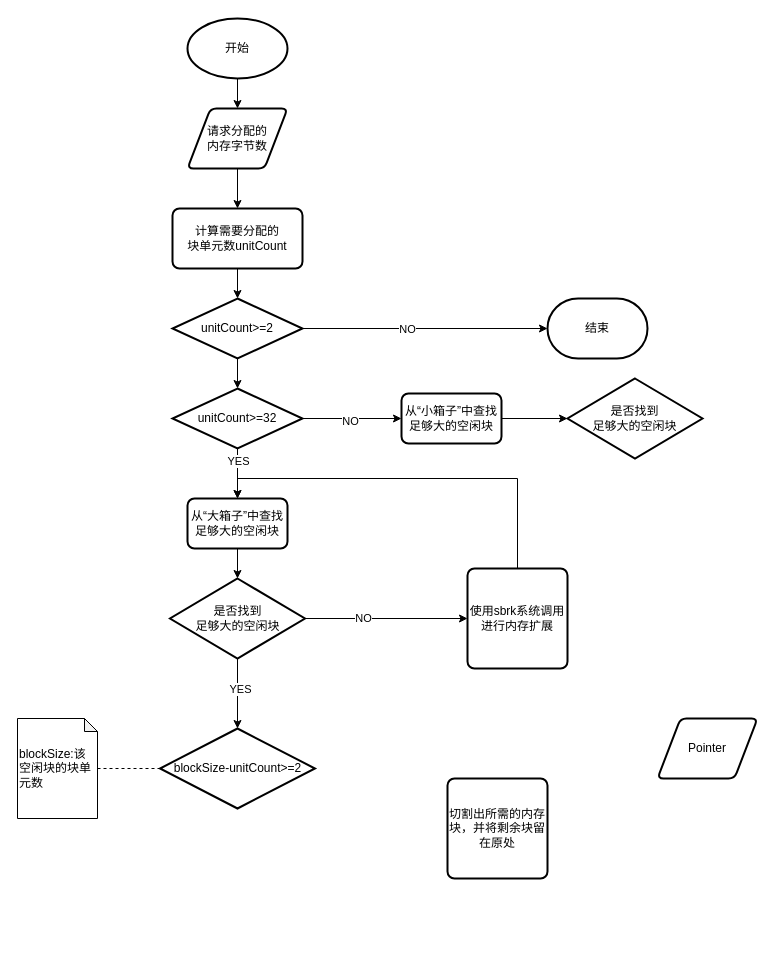
This is page "第 1 页" (1 of 2) of myumalloc_FD.drawio from yayaer123/drawio_demo, a draw.io file, before an edit. Source tidied: cells renumbered, new cells numbered last; positions are measured from the earlier drawing's top-left corner, leaving out a move shared by most shapes. Both pictures are drawn from the tidied source at 100%, with x=0, y=0 at pixel (17, 18).
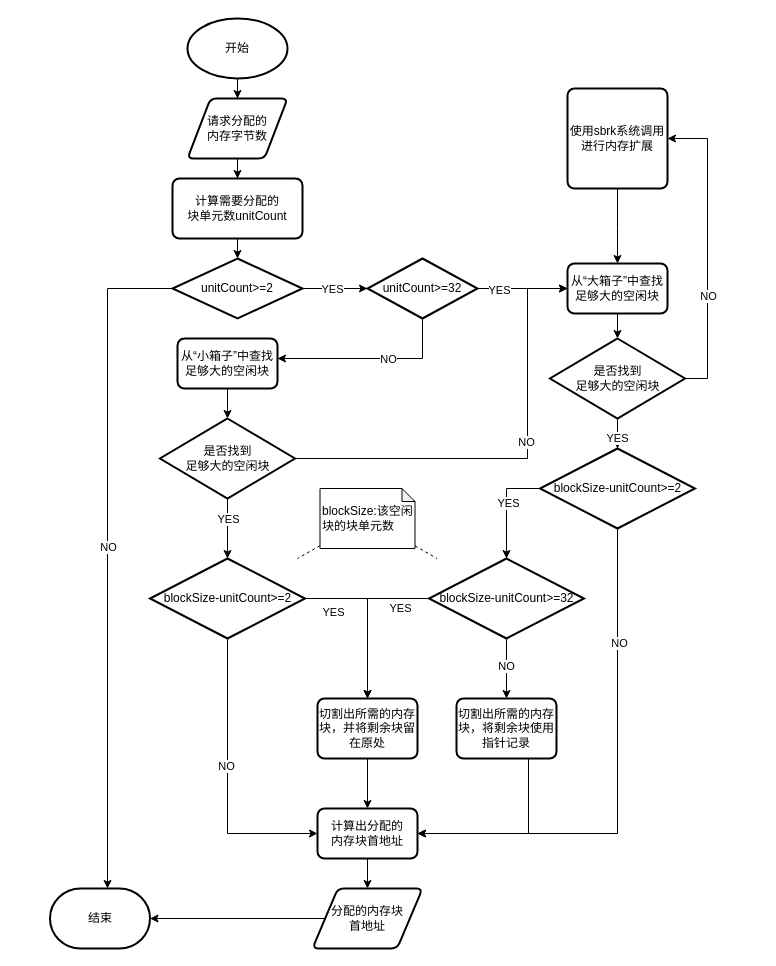
After the change.

Unchanged cells that the change refers to:
```xml
<mxCell id="14" style="edgeStyle=orthogonalEdgeStyle;rounded=0;jettySize=auto;html=1;" parent="1" edge="1" source="18" target="20">
  <mxGeometry relative="1" as="geometry" />
</mxCell>
<mxCell id="23" style="edgeStyle=orthogonalEdgeStyle;rounded=0;jettySize=auto;html=1;" parent="1" edge="1" source="25" target="28">
  <mxGeometry relative="1" as="geometry" />
</mxCell>
```

The edit, as a diff of the source:
```diff
@@
+    <mxCell id="4" style="edgeStyle=orthogonalEdgeStyle;rounded=0;jettySize=auto;html=1;" parent="1" edge="1" source="5" target="18">
+      <mxGeometry relative="1" as="geometry" />
+    </mxCell>
+    <mxCell id="35" value="YES" style="edgeLabel;html=1;align=center;verticalAlign=middle;" parent="4" vertex="1">
+      <mxGeometry x="-0.12" relative="1" as="geometry" />
+    </mxCell>
     <mxCell id="2" style="edgeStyle=orthogonalEdgeStyle;rounded=0;jettySize=auto;html=1;" parent="1" edge="1" source="5" target="12">
-      <mxGeometry relative="1" as="geometry" />
+      <mxGeometry relative="1" as="geometry">
+        <Array as="points">
+          <mxPoint x="90" y="270" />
+        </Array>
+      </mxGeometry>
     </mxCell>
-    <mxCell id="3" value="NO" style="edgeLabel;html=1;align=center;verticalAlign=middle;" parent="2" vertex="1">
-      <mxGeometry x="-0.53" relative="1" as="geometry">
-        <mxPoint x="46" as="offset" />
-      </mxGeometry>
-    </mxCell>
-    <mxCell id="4" style="edgeStyle=orthogonalEdgeStyle;rounded=0;jettySize=auto;html=1;" parent="1" edge="1" source="5" target="18">
-      <mxGeometry relative="1" as="geometry" />
-    </mxCell>
+    <mxCell id="36" value="NO" style="edgeLabel;html=1;align=center;verticalAlign=middle;" parent="2" vertex="1">
+      <mxGeometry x="-0.03" relative="1" as="geometry" />
+    </mxCell>
     <mxCell id="5" value="unitCount&amp;gt;=2" style="strokeWidth=2;html=1;shape=mxgraph.flowchart.decision;whiteSpace=wrap;" parent="1" vertex="1">
-      <mxGeometry x="155" y="280" width="130" height="60" as="geometry" />
+      <mxGeometry x="155" y="240" width="130" height="60" as="geometry" />
     </mxCell>
@@
     <mxCell id="9" value="计算需要分配的&lt;div&gt;块单元数unitCount&lt;/div&gt;" style="rounded=1;whiteSpace=wrap;html=1;absoluteArcSize=1;arcSize=14;strokeWidth=2;" parent="1" vertex="1">
-      <mxGeometry x="155" y="190" width="130" height="60" as="geometry" />
+      <mxGeometry x="155" y="160" width="130" height="60" as="geometry" />
     </mxCell>
@@
     <mxCell id="11" value="请求分配的&lt;div&gt;内存字节数&lt;/div&gt;" style="shape=parallelogram;html=1;strokeWidth=2;perimeter=parallelogramPerimeter;whiteSpace=wrap;rounded=1;arcSize=12;size=0.23;" parent="1" vertex="1">
-      <mxGeometry x="170" y="90" width="100" height="60" as="geometry" />
+      <mxGeometry x="170" y="80" width="100" height="60" as="geometry" />
     </mxCell>
-    <mxCell id="12" value="结束" style="strokeWidth=2;html=1;shape=mxgraph.flowchart.terminator;whiteSpace=wrap;" parent="1" vertex="1">
-      <mxGeometry x="530" y="280" width="100" height="60" as="geometry" />
-    </mxCell>
+    <mxCell id="37" style="edgeStyle=orthogonalEdgeStyle;rounded=0;jettySize=auto;html=1;" parent="1" edge="1" source="13" target="12">
+      <mxGeometry relative="1" as="geometry" />
+    </mxCell>
-    <mxCell id="13" value="Pointer" style="shape=parallelogram;html=1;strokeWidth=2;perimeter=parallelogramPerimeter;whiteSpace=wrap;rounded=1;arcSize=12;size=0.23;" parent="1" vertex="1">
-      <mxGeometry x="640" y="700" width="100" height="60" as="geometry" />
+    <mxCell id="13" value="分配的内存块&lt;div&gt;首地址&lt;/div&gt;" style="shape=parallelogram;html=1;strokeWidth=2;perimeter=parallelogramPerimeter;whiteSpace=wrap;rounded=1;arcSize=12;size=0.23;" parent="1" vertex="1">
+      <mxGeometry x="295" y="870" width="110" height="60" as="geometry" />
     </mxCell>
@@
-    <mxCell id="15" value="YES" style="edgeLabel;html=1;align=center;verticalAlign=middle;" parent="14" vertex="1">
-      <mxGeometry x="-0.53" relative="1" as="geometry" />
-    </mxCell>
+    <mxCell id="38" value="YES" style="edgeLabel;html=1;align=center;verticalAlign=middle;" parent="14" vertex="1">
+      <mxGeometry x="-0.56" y="-1" relative="1" as="geometry">
+        <mxPoint x="1" as="offset" />
+      </mxGeometry>
+    </mxCell>
     <mxCell id="16" style="edgeStyle=orthogonalEdgeStyle;rounded=0;jettySize=auto;html=1;" parent="1" edge="1" source="18" target="33">
-      <mxGeometry relative="1" as="geometry" />
+      <mxGeometry relative="1" as="geometry">
+        <Array as="points">
+          <mxPoint x="405" y="340" />
+        </Array>
+      </mxGeometry>
     </mxCell>
-    <mxCell id="17" value="NO" style="edgeLabel;html=1;align=center;verticalAlign=middle;" parent="16" vertex="1">
-      <mxGeometry x="-0.06" y="-2" relative="1" as="geometry" />
-    </mxCell>
+    <mxCell id="39" value="NO" style="edgeLabel;html=1;align=center;verticalAlign=middle;" parent="16" vertex="1">
+      <mxGeometry x="-0.2" y="4" relative="1" as="geometry">
+        <mxPoint x="-1" y="-4" as="offset" />
+      </mxGeometry>
+    </mxCell>
     <mxCell id="18" value="unitCount&amp;gt;=32" style="strokeWidth=2;html=1;shape=mxgraph.flowchart.decision;whiteSpace=wrap;" parent="1" vertex="1">
-      <mxGeometry x="155" y="370" width="130" height="60" as="geometry" />
+      <mxGeometry x="350" y="240" width="110" height="60" as="geometry" />
     </mxCell>
@@
     <mxCell id="20" value="从“大箱子”中查找足够大的空闲块" style="rounded=1;whiteSpace=wrap;html=1;absoluteArcSize=1;arcSize=14;strokeWidth=2;" parent="1" vertex="1">
-      <mxGeometry x="170" y="480" width="100" height="50" as="geometry" />
+      <mxGeometry x="550" y="245" width="100" height="50" as="geometry" />
     </mxCell>
     <mxCell id="21" style="edgeStyle=orthogonalEdgeStyle;rounded=0;jettySize=auto;html=1;" parent="1" edge="1" source="25" target="27">
-      <mxGeometry relative="1" as="geometry" />
+      <mxGeometry relative="1" as="geometry">
+        <Array as="points">
+          <mxPoint x="690" y="360" />
+          <mxPoint x="690" y="120" />
+        </Array>
+      </mxGeometry>
     </mxCell>
     <mxCell id="22" value="NO" style="edgeLabel;html=1;align=center;verticalAlign=middle;" parent="21" vertex="1">
       <mxGeometry x="-0.3" y="1" relative="1" as="geometry">
-        <mxPoint x="1" as="offset" />
+        <mxPoint x="1" y="1" as="offset" />
       </mxGeometry>
     </mxCell>
@@
-    <mxCell id="24" value="YES" style="edgeLabel;html=1;align=center;verticalAlign=middle;" parent="23" vertex="1">
-      <mxGeometry x="-0.14" y="2" relative="1" as="geometry" />
-    </mxCell>
+    <mxCell id="40" value="YES" style="edgeLabel;html=1;align=center;verticalAlign=middle;" parent="23" vertex="1">
+      <mxGeometry x="-0.15" y="1" relative="1" as="geometry" />
+    </mxCell>
     <mxCell id="25" value="是否找到&lt;div&gt;足够大的空闲块&lt;/div&gt;" style="strokeWidth=2;html=1;shape=mxgraph.flowchart.decision;whiteSpace=wrap;" parent="1" vertex="1">
-      <mxGeometry x="152.5" y="560" width="135" height="80" as="geometry" />
+      <mxGeometry x="532.5" y="320" width="135" height="80" as="geometry" />
     </mxCell>
     <mxCell id="26" style="edgeStyle=orthogonalEdgeStyle;rounded=0;jettySize=auto;html=1;" parent="1" edge="1" source="27" target="20">
       <mxGeometry relative="1" as="geometry">
         <Array as="points">
-          <mxPoint x="500" y="460" />
-          <mxPoint x="220" y="460" />
+          <mxPoint x="600" y="210" />
         </Array>
       </mxGeometry>
     </mxCell>
     <mxCell id="27" value="使用sbrk系统调用进行内存扩展" style="rounded=1;whiteSpace=wrap;html=1;absoluteArcSize=1;arcSize=14;strokeWidth=2;" parent="1" vertex="1">
-      <mxGeometry x="450" y="550" width="100" height="100" as="geometry" />
+      <mxGeometry x="550" y="70" width="100" height="100" as="geometry" />
     </mxCell>
+    <mxCell id="41" style="edgeStyle=orthogonalEdgeStyle;rounded=0;jettySize=auto;html=1;" parent="1" edge="1" source="28" target="63">
+      <mxGeometry relative="1" as="geometry">
+        <Array as="points">
+          <mxPoint x="489" y="470" />
+        </Array>
+      </mxGeometry>
+    </mxCell>
+    <mxCell id="42" value="YES" style="edgeLabel;html=1;align=center;verticalAlign=middle;" parent="41" vertex="1">
+      <mxGeometry x="-0.08" y="1" relative="1" as="geometry" />
+    </mxCell>
+    <mxCell id="43" style="edgeStyle=orthogonalEdgeStyle;rounded=0;jettySize=auto;html=1;" parent="1" edge="1" source="28" target="58">
+      <mxGeometry relative="1" as="geometry">
+        <Array as="points">
+          <mxPoint x="600" y="815" />
+        </Array>
+      </mxGeometry>
+    </mxCell>
+    <mxCell id="44" value="NO" style="edgeLabel;html=1;align=center;verticalAlign=middle;" parent="43" vertex="1">
+      <mxGeometry x="-0.55" y="1" relative="1" as="geometry" />
+    </mxCell>
     <mxCell id="28" value="blockSize-unitCount&amp;gt;=2" style="strokeWidth=2;html=1;shape=mxgraph.flowchart.decision;whiteSpace=wrap;" parent="1" vertex="1">
-      <mxGeometry x="142.5" y="710" width="155" height="80" as="geometry" />
+      <mxGeometry x="522.5" y="430" width="155" height="80" as="geometry" />
     </mxCell>
-    <mxCell id="29" style="edgeStyle=orthogonalEdgeStyle;rounded=0;jettySize=auto;html=1;endArrow=none;endFill=0;dashed=1;" parent="1" edge="1" source="30" target="28">
-      <mxGeometry relative="1" as="geometry" />
-    </mxCell>
+    <mxCell id="45" style="rounded=0;jettySize=auto;html=1;dashed=1;endArrow=none;endFill=0;" parent="1" edge="1" source="30" target="63">
+      <mxGeometry relative="1" as="geometry" />
+    </mxCell>
+    <mxCell id="46" style="rounded=0;jettySize=auto;html=1;dashed=1;endArrow=none;endFill=0;" parent="1" edge="1" source="30" target="56">
+      <mxGeometry relative="1" as="geometry" />
+    </mxCell>
     <mxCell id="30" value="blockSize:该空闲块的块单元数" style="shape=note;whiteSpace=wrap;html=1;backgroundOutline=1;darkOpacity=0.05;size=13;align=left;" parent="1" vertex="1">
-      <mxGeometry y="700" width="80" height="100" as="geometry" />
+      <mxGeometry x="302.5" y="470" width="95" height="60" as="geometry" />
     </mxCell>
+    <mxCell id="47" style="edgeStyle=orthogonalEdgeStyle;rounded=0;jettySize=auto;html=1;" parent="1" edge="1" source="31" target="58">
+      <mxGeometry relative="1" as="geometry" />
+    </mxCell>
     <mxCell id="31" value="切割出所需的内存块，并将剩余块留在原处" style="rounded=1;whiteSpace=wrap;html=1;absoluteArcSize=1;arcSize=14;strokeWidth=2;" parent="1" vertex="1">
-      <mxGeometry x="430" y="760" width="100" height="100" as="geometry" />
+      <mxGeometry x="300" y="680" width="100" height="60" as="geometry" />
     </mxCell>
+    <mxCell id="48" style="edgeStyle=orthogonalEdgeStyle;rounded=0;jettySize=auto;html=1;" parent="1" edge="1" source="34" target="56">
+      <mxGeometry relative="1" as="geometry" />
+    </mxCell>
+    <mxCell id="49" value="YES" style="edgeLabel;html=1;align=center;verticalAlign=middle;" parent="48" vertex="1">
+      <mxGeometry x="-0.3" y="4" relative="1" as="geometry">
+        <mxPoint x="-4" y="-1" as="offset" />
+      </mxGeometry>
+    </mxCell>
+    <mxCell id="50" style="edgeStyle=orthogonalEdgeStyle;rounded=0;jettySize=auto;html=1;" parent="1" edge="1" source="34" target="20">
+      <mxGeometry relative="1" as="geometry">
+        <Array as="points">
+          <mxPoint x="510" y="440" />
+          <mxPoint x="510" y="270" />
+        </Array>
+      </mxGeometry>
+    </mxCell>
+    <mxCell id="51" value="NO" style="edgeLabel;html=1;align=center;verticalAlign=middle;" parent="50" vertex="1">
+      <mxGeometry x="0.12" y="2" relative="1" as="geometry">
+        <mxPoint y="-1" as="offset" />
+      </mxGeometry>
+    </mxCell>
+    <mxCell id="34" value="是否找到&lt;div&gt;足够大的空闲块&lt;/div&gt;" style="strokeWidth=2;html=1;shape=mxgraph.flowchart.decision;whiteSpace=wrap;" parent="1" vertex="1">
+      <mxGeometry x="142.5" y="400" width="135" height="80" as="geometry" />
+    </mxCell>
+    <mxCell id="52" style="edgeStyle=orthogonalEdgeStyle;rounded=0;jettySize=auto;html=1;" parent="1" edge="1" source="56" target="31">
+      <mxGeometry relative="1" as="geometry">
+        <Array as="points">
+          <mxPoint x="350" y="580" />
+        </Array>
+      </mxGeometry>
+    </mxCell>
+    <mxCell id="53" value="YES" style="edgeLabel;html=1;align=center;verticalAlign=middle;" parent="52" vertex="1">
+      <mxGeometry x="-0.04" y="2" relative="1" as="geometry">
+        <mxPoint x="-37" y="-2" as="offset" />
+      </mxGeometry>
+    </mxCell>
+    <mxCell id="54" style="edgeStyle=orthogonalEdgeStyle;rounded=0;jettySize=auto;html=1;" parent="1" edge="1" source="56" target="58">
+      <mxGeometry relative="1" as="geometry">
+        <Array as="points">
+          <mxPoint x="210" y="815" />
+        </Array>
+      </mxGeometry>
+    </mxCell>
+    <mxCell id="55" value="NO" style="edgeLabel;html=1;align=center;verticalAlign=middle;" parent="54" vertex="1">
+      <mxGeometry x="-0.11" y="-2" relative="1" as="geometry" />
+    </mxCell>
+    <mxCell id="56" value="blockSize-unitCount&amp;gt;=2" style="strokeWidth=2;html=1;shape=mxgraph.flowchart.decision;whiteSpace=wrap;" parent="1" vertex="1">
+      <mxGeometry x="132.5" y="540" width="155" height="80" as="geometry" />
+    </mxCell>
+    <mxCell id="57" style="edgeStyle=orthogonalEdgeStyle;rounded=0;jettySize=auto;html=1;" parent="1" edge="1" source="58" target="13">
+      <mxGeometry relative="1" as="geometry" />
+    </mxCell>
+    <mxCell id="58" value="计算出分配的&lt;div&gt;&lt;span style=&quot;background-color: initial;&quot;&gt;内存块&lt;/span&gt;&lt;span style=&quot;background-color: initial;&quot;&gt;首地址&lt;/span&gt;&lt;/div&gt;" style="rounded=1;whiteSpace=wrap;html=1;absoluteArcSize=1;arcSize=14;strokeWidth=2;" parent="1" vertex="1">
+      <mxGeometry x="300" y="790" width="100" height="50" as="geometry" />
+    </mxCell>
+    <mxCell id="59" style="edgeStyle=orthogonalEdgeStyle;rounded=0;jettySize=auto;html=1;" parent="1" edge="1" source="63" target="65">
+      <mxGeometry relative="1" as="geometry" />
+    </mxCell>
+    <mxCell id="60" value="NO" style="edgeLabel;html=1;align=center;verticalAlign=middle;" parent="59" vertex="1">
+      <mxGeometry x="-0.1" y="-1" relative="1" as="geometry" />
+    </mxCell>
+    <mxCell id="61" style="edgeStyle=orthogonalEdgeStyle;rounded=0;jettySize=auto;html=1;" parent="1" edge="1" source="63" target="31">
+      <mxGeometry relative="1" as="geometry">
+        <Array as="points">
+          <mxPoint x="350" y="580" />
+        </Array>
+      </mxGeometry>
+    </mxCell>
+    <mxCell id="62" value="YES" style="edgeLabel;html=1;align=center;verticalAlign=middle;" parent="61" vertex="1">
+      <mxGeometry x="-0.11" y="1" relative="1" as="geometry">
+        <mxPoint x="31" y="-1" as="offset" />
+      </mxGeometry>
+    </mxCell>
+    <mxCell id="63" value="blockSize-unitCount&amp;gt;=32" style="strokeWidth=2;html=1;shape=mxgraph.flowchart.decision;whiteSpace=wrap;" parent="1" vertex="1">
+      <mxGeometry x="411.5" y="540" width="155" height="80" as="geometry" />
+    </mxCell>
+    <mxCell id="64" style="edgeStyle=orthogonalEdgeStyle;rounded=0;jettySize=auto;html=1;" parent="1" edge="1" source="65" target="58">
+      <mxGeometry relative="1" as="geometry">
+        <Array as="points">
+          <mxPoint x="511" y="815" />
+        </Array>
+      </mxGeometry>
+    </mxCell>
+    <mxCell id="65" value="切割出所需的内存块，将剩余块使用指针记录" style="rounded=1;whiteSpace=wrap;html=1;absoluteArcSize=1;arcSize=14;strokeWidth=2;" parent="1" vertex="1">
+      <mxGeometry x="439" y="680" width="100" height="60" as="geometry" />
+    </mxCell>
@@
     <mxCell id="33" value="从“小箱子”中查找足够大的空闲块" style="rounded=1;whiteSpace=wrap;html=1;absoluteArcSize=1;arcSize=14;strokeWidth=2;" parent="1" vertex="1">
-      <mxGeometry x="384" y="375" width="100" height="50" as="geometry" />
+      <mxGeometry x="160" y="320" width="100" height="50" as="geometry" />
     </mxCell>
-    <mxCell id="34" value="是否找到&lt;div&gt;足够大的空闲块&lt;/div&gt;" style="strokeWidth=2;html=1;shape=mxgraph.flowchart.decision;whiteSpace=wrap;" parent="1" vertex="1">
-      <mxGeometry x="550" y="360" width="135" height="80" as="geometry" />
-    </mxCell>
+    <mxCell id="12" value="结束" style="strokeWidth=2;html=1;shape=mxgraph.flowchart.terminator;whiteSpace=wrap;" parent="1" vertex="1">
+      <mxGeometry x="32.5" y="870" width="100" height="60" as="geometry" />
+    </mxCell>
```
